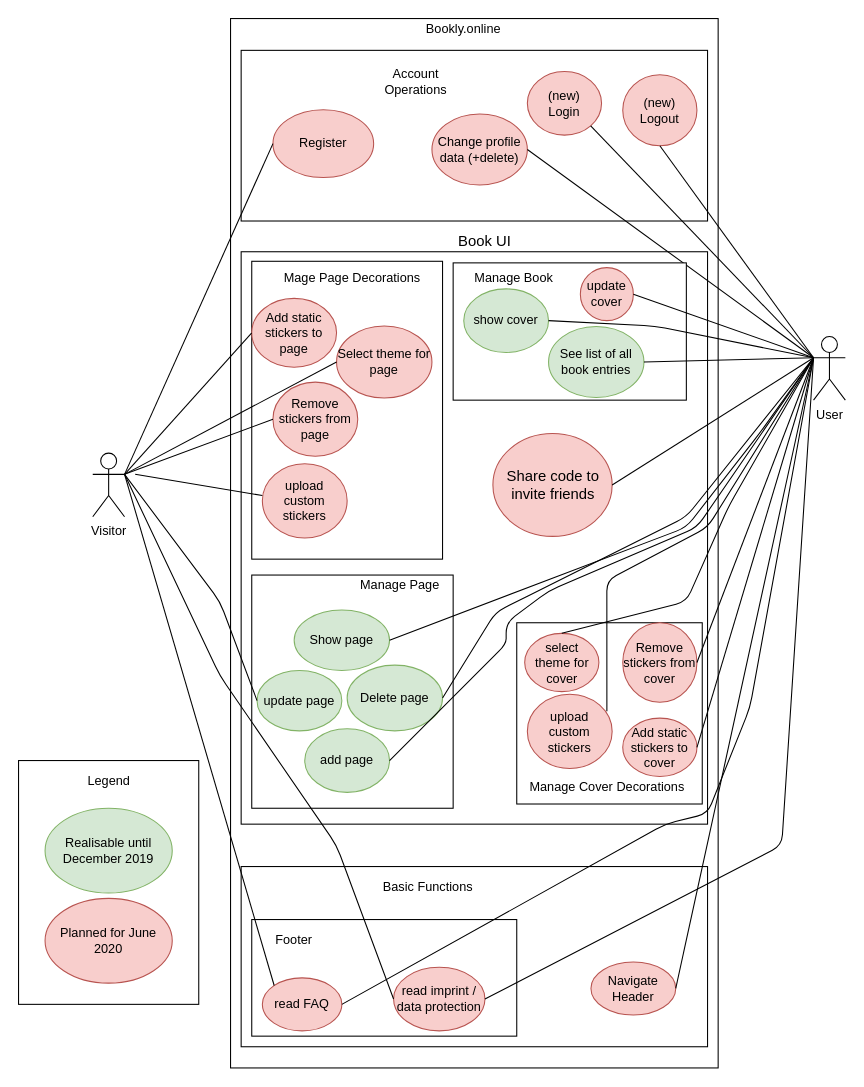
The draw.io diagram design/usecase.drawio in ninjeanne/bookly, before the edit. Source tidied: cells renumbered, new cells numbered last; positions are measured from the earlier drawing's top-left corner, leaving out a move shared by most shapes. Both pictures are drawn from the tidied source at 106%, with x=0, y=0 at pixel (18, 18).
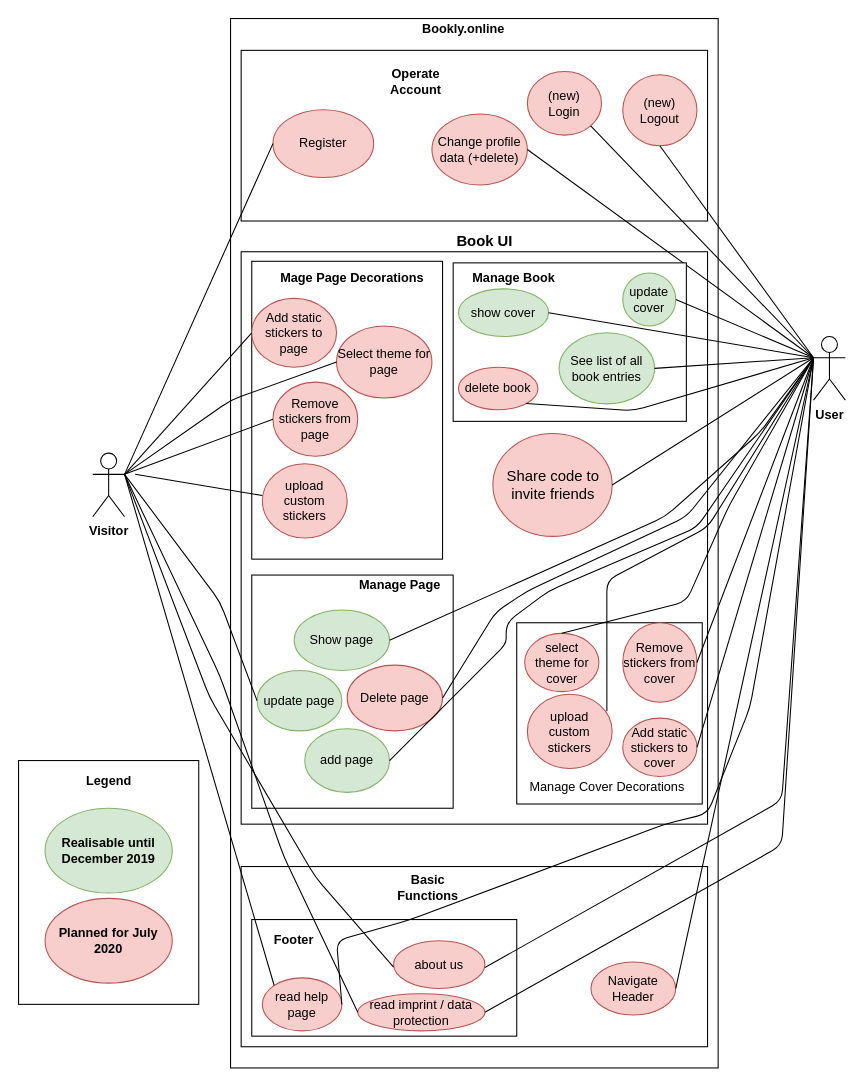
After the change.

Commit message (it also covers changes not shown here):
redo usecade diagramm

Unchanged cells that the change refers to:
```xml
<mxCell id="29" value="Show page" style="ellipse;whiteSpace=wrap;html=1;fillColor=#d5e8d4;strokeColor=#82b366;" parent="1" vertex="1">
  <mxGeometry x="260" y="558" width="90" height="57" as="geometry" />
</mxCell>
<mxCell id="33" value="Select theme for page" style="ellipse;whiteSpace=wrap;html=1;fillColor=#f8cecc;strokeColor=#b85450;" parent="1" vertex="1">
  <mxGeometry x="300" y="290" width="90" height="68" as="geometry" />
</mxCell>
```

Change to the diagram source:
```diff
@@
-    <mxCell id="7" value="User" style="shape=umlActor;verticalLabelPosition=bottom;labelBackgroundColor=#ffffff;verticalAlign=top;html=1;outlineConnect=0;" parent="1" vertex="1">
+    <mxCell id="7" value="User" style="shape=umlActor;verticalLabelPosition=bottom;labelBackgroundColor=#ffffff;verticalAlign=top;html=1;outlineConnect=0;fontStyle=1;" parent="1" vertex="1">
       <mxGeometry x="750" y="300" width="30" height="60" as="geometry" />
     </mxCell>
-    <mxCell id="8" value="Visitor" style="shape=umlActor;verticalLabelPosition=bottom;labelBackgroundColor=#ffffff;verticalAlign=top;html=1;outlineConnect=0;" parent="1" vertex="1">
+    <mxCell id="8" value="Visitor" style="shape=umlActor;verticalLabelPosition=bottom;labelBackgroundColor=#ffffff;verticalAlign=top;html=1;outlineConnect=0;fontStyle=1;" parent="1" vertex="1">
       <mxGeometry x="70" y="410" width="30" height="60" as="geometry" />
     </mxCell>
-    <mxCell id="9" value="Bookly.online" style="text;html=1;strokeColor=none;fillColor=none;align=center;verticalAlign=middle;whiteSpace=wrap;rounded=0;" parent="1" vertex="1">
+    <mxCell id="9" value="Bookly.online" style="text;html=1;strokeColor=none;fillColor=none;align=center;verticalAlign=middle;whiteSpace=wrap;rounded=0;fontStyle=1;" parent="1" vertex="1">
       <mxGeometry x="370" width="100" height="20" as="geometry" />
     </mxCell>
@@
-    <mxCell id="11" value="Account Operations" style="text;html=1;strokeColor=none;fillColor=none;align=center;verticalAlign=middle;whiteSpace=wrap;rounded=0;" parent="1" vertex="1">
+    <mxCell id="11" value="Operate Account" style="text;html=1;strokeColor=none;fillColor=none;align=center;verticalAlign=middle;whiteSpace=wrap;rounded=0;fontStyle=1;" parent="1" vertex="1">
       <mxGeometry x="335" y="50" width="80" height="20" as="geometry" />
     </mxCell>
@@
-    <mxCell id="15" value="&lt;font style=&quot;font-size: 14px&quot;&gt;Book UI&lt;/font&gt;" style="text;html=1;strokeColor=none;fillColor=none;align=center;verticalAlign=middle;whiteSpace=wrap;rounded=0;" parent="1" vertex="1">
+    <mxCell id="15" value="&lt;font style=&quot;font-size: 14px&quot;&gt;Book UI&lt;/font&gt;" style="text;html=1;strokeColor=none;fillColor=none;align=center;verticalAlign=middle;whiteSpace=wrap;rounded=0;fontStyle=1;" parent="1" vertex="1">
       <mxGeometry x="380" y="200" width="120" height="20" as="geometry" />
     </mxCell>
@@
-    <mxCell id="17" value="Realisable until December 2019" style="ellipse;whiteSpace=wrap;html=1;fillColor=#d5e8d4;strokeColor=#82b366;" parent="1" vertex="1">
+    <mxCell id="17" value="Realisable until December 2019" style="ellipse;whiteSpace=wrap;html=1;fillColor=#d5e8d4;strokeColor=#82b366;fontStyle=1;" parent="1" vertex="1">
       <mxGeometry x="25" y="745" width="120" height="80" as="geometry" />
     </mxCell>
-    <mxCell id="18" value="Legend" style="text;html=1;strokeColor=none;fillColor=none;align=center;verticalAlign=middle;whiteSpace=wrap;rounded=0;" parent="1" vertex="1">
+    <mxCell id="18" value="Legend" style="text;html=1;strokeColor=none;fillColor=none;align=center;verticalAlign=middle;whiteSpace=wrap;rounded=0;fontStyle=1;" parent="1" vertex="1">
       <mxGeometry x="47.5" y="710" width="75" height="20" as="geometry" />
     </mxCell>
-    <mxCell id="19" value="Planned for June 2020" style="ellipse;whiteSpace=wrap;html=1;fillColor=#f8cecc;strokeColor=#b85450;" parent="1" vertex="1">
+    <mxCell id="19" value="Planned for July 2020" style="ellipse;whiteSpace=wrap;html=1;fillColor=#f8cecc;strokeColor=#b85450;fontStyle=1;" parent="1" vertex="1">
       <mxGeometry x="25" y="830" width="120" height="80" as="geometry" />
     </mxCell>
@@
-    <mxCell id="21" value="Basic Functions" style="text;html=1;strokeColor=none;fillColor=none;align=center;verticalAlign=middle;whiteSpace=wrap;rounded=0;" parent="1" vertex="1">
+    <mxCell id="21" value="Basic Functions" style="text;html=1;strokeColor=none;fillColor=none;align=center;verticalAlign=middle;whiteSpace=wrap;rounded=0;fontStyle=1;" parent="1" vertex="1">
       <mxGeometry x="340" y="810" width="92.5" height="20" as="geometry" />
     </mxCell>
@@
-    <mxCell id="28" value="Delete page" style="ellipse;whiteSpace=wrap;html=1;fillColor=#d5e8d4;strokeColor=#82b366;" parent="1" vertex="1">
+    <mxCell id="28" value="Delete page" style="ellipse;whiteSpace=wrap;html=1;fillColor=#f8cecc;strokeColor=#b85450;" parent="1" vertex="1">
       <mxGeometry x="310" y="610" width="90" height="62" as="geometry" />
     </mxCell>
@@
     <mxCell id="35" style="endArrow=none;html=1;exitX=1;exitY=0.3333333333333333;exitDx=0;exitDy=0;exitPerimeter=0;entryX=0;entryY=0.5;entryDx=0;entryDy=0;endFill=0;" parent="1" edge="1" source="8" target="33">
-      <mxGeometry relative="1" as="geometry" />
+      <mxGeometry relative="1" as="geometry">
+        <Array as="points">
+          <mxPoint x="200" y="360" />
+        </Array>
+      </mxGeometry>
     </mxCell>
@@
-    <mxCell id="42" value="Manage Page" style="text;html=1;strokeColor=none;fillColor=none;align=center;verticalAlign=middle;whiteSpace=wrap;rounded=0;" parent="1" vertex="1">
+    <mxCell id="42" value="Manage Page" style="text;html=1;strokeColor=none;fillColor=none;align=center;verticalAlign=middle;whiteSpace=wrap;rounded=0;fontStyle=1;" parent="1" vertex="1">
       <mxGeometry x="320" y="525" width="80" height="20" as="geometry" />
     </mxCell>
-    <mxCell id="43" value="Mage Page Decorations" style="text;html=1;strokeColor=none;fillColor=none;align=center;verticalAlign=middle;whiteSpace=wrap;rounded=0;" parent="1" vertex="1">
+    <mxCell id="43" value="Mage Page Decorations" style="text;html=1;strokeColor=none;fillColor=none;align=center;verticalAlign=middle;whiteSpace=wrap;rounded=0;fontStyle=1;" parent="1" vertex="1">
       <mxGeometry x="240" y="235" width="150" height="20" as="geometry" />
     </mxCell>
@@
     <mxCell id="45" value="read imprint / data protection" style="ellipse;whiteSpace=wrap;html=1;fillColor=#f8cecc;strokeColor=#b85450;" parent="1" vertex="1">
-      <mxGeometry x="353.8" y="895" width="86.2" height="60" as="geometry" />
+      <mxGeometry x="320" y="920" width="120" height="35" as="geometry" />
     </mxCell>
-    <mxCell id="46" value="read FAQ" style="ellipse;whiteSpace=wrap;html=1;fillColor=#f8cecc;strokeColor=#b85450;" parent="1" vertex="1">
+    <mxCell id="46" value="read help page" style="ellipse;whiteSpace=wrap;html=1;fillColor=#f8cecc;strokeColor=#b85450;" parent="1" vertex="1">
       <mxGeometry x="230" y="905" width="75" height="50" as="geometry" />
     </mxCell>
@@
     <mxCell id="48" style="endArrow=none;html=1;entryX=0;entryY=0.5;entryDx=0;entryDy=0;exitX=1;exitY=0.3333333333333333;exitDx=0;exitDy=0;exitPerimeter=0;endFill=0;" parent="1" edge="1" source="8" target="45">
       <mxGeometry relative="1" as="geometry">
         <Array as="points">
           <mxPoint x="190" y="620" />
-          <mxPoint x="300" y="780" />
+          <mxPoint x="250" y="790" />
         </Array>
       </mxGeometry>
     </mxCell>
@@
-    <mxCell id="50" value="Footer" style="text;html=1;strokeColor=none;fillColor=none;align=center;verticalAlign=middle;whiteSpace=wrap;rounded=0;" parent="1" vertex="1">
+    <mxCell id="50" value="Footer" style="text;html=1;strokeColor=none;fillColor=none;align=center;verticalAlign=middle;whiteSpace=wrap;rounded=0;fontStyle=1;" parent="1" vertex="1">
       <mxGeometry x="240" y="860" width="40" height="20" as="geometry" />
     </mxCell>
@@
-    <mxCell id="60" style="endArrow=none;html=1;exitX=0;exitY=0.3333333333333333;exitDx=0;exitDy=0;exitPerimeter=0;entryX=1;entryY=0.5;entryDx=0;entryDy=0;endFill=0;" parent="1" edge="1" source="7" target="28">
+    <mxCell id="60" style="endArrow=none;html=1;exitX=0;exitY=0.3333333333333333;exitDx=0;exitDy=0;exitPerimeter=0;entryX=1;entryY=0.5;entryDx=0;entryDy=0;endFill=0;fillColor=#f8cecc;strokeColor=#000000;" parent="1" edge="1" source="7" target="28">
       <mxGeometry relative="1" as="geometry">
         <Array as="points">
           <mxPoint x="630" y="470" />
-          <mxPoint x="490" y="540" />
+          <mxPoint x="480" y="540" />
           <mxPoint x="450" y="560" />
         </Array>
       </mxGeometry>
     </mxCell>
@@
     <mxCell id="62" style="endArrow=none;html=1;entryX=1;entryY=0.5;entryDx=0;entryDy=0;exitX=0;exitY=0.3333333333333333;exitDx=0;exitDy=0;exitPerimeter=0;endFill=0;" parent="1" edge="1" source="7" target="46">
       <mxGeometry relative="1" as="geometry">
         <Array as="points">
           <mxPoint x="690" y="650" />
           <mxPoint x="650" y="750" />
           <mxPoint x="610" y="760" />
+          <mxPoint x="370" y="850" />
+          <mxPoint x="300" y="870" />
         </Array>
       </mxGeometry>
     </mxCell>
@@
     <mxCell id="64" style="endArrow=none;html=1;entryX=1;entryY=0.5;entryDx=0;entryDy=0;endFill=0;exitX=0;exitY=0.3333333333333333;exitDx=0;exitDy=0;exitPerimeter=0;" parent="1" edge="1" source="7" target="29">
       <mxGeometry relative="1" as="geometry">
         <Array as="points">
           <mxPoint x="700" y="390" />
-          <mxPoint x="630" y="480" />
+          <mxPoint x="610" y="470" />
         </Array>
       </mxGeometry>
     </mxCell>
@@
     <mxCell id="67" style="rounded=0;whiteSpace=wrap;html=1;" parent="1" vertex="1">
-      <mxGeometry x="410" y="230.5" width="220" height="129.5" as="geometry" />
+      <mxGeometry x="410" y="230.5" width="220" height="149.5" as="geometry" />
     </mxCell>
-    <mxCell id="68" value="update cover" style="ellipse;whiteSpace=wrap;html=1;fillColor=#f8cecc;strokeColor=#b85450;" parent="1" vertex="1">
-      <mxGeometry x="530" y="235" width="50" height="50" as="geometry" />
+    <mxCell id="68" value="update cover" style="ellipse;whiteSpace=wrap;html=1;fillColor=#d5e8d4;strokeColor=#82b366;" parent="1" vertex="1">
+      <mxGeometry x="570" y="240" width="50" height="50" as="geometry" />
     </mxCell>
-    <mxCell id="69" value="show cover" style="ellipse;whiteSpace=wrap;html=1;fillColor=#d5e8d4;strokeColor=#82b366;" parent="1" vertex="1">
-      <mxGeometry x="420" y="255" width="80" height="60" as="geometry" />
+    <mxCell id="69" value="delete book" style="ellipse;whiteSpace=wrap;html=1;fillColor=#f8cecc;strokeColor=#b85450;" parent="1" vertex="1">
+      <mxGeometry x="415" y="329" width="75" height="40" as="geometry" />
     </mxCell>
     <mxCell id="70" value="See list of all book entries" style="ellipse;whiteSpace=wrap;html=1;fillColor=#d5e8d4;strokeColor=#82b366;" parent="1" vertex="1">
-      <mxGeometry x="500" y="290.5" width="90" height="67" as="geometry" />
+      <mxGeometry x="510" y="296.5" width="90" height="67" as="geometry" />
     </mxCell>
-    <mxCell id="71" style="endArrow=none;html=1;exitX=0;exitY=0.3333333333333333;exitDx=0;exitDy=0;exitPerimeter=0;entryX=1;entryY=0.5;entryDx=0;entryDy=0;endFill=0;" parent="1" edge="1" source="7" target="69">
+    <mxCell id="71" style="endArrow=none;html=1;exitX=0;exitY=0.3333333333333333;exitDx=0;exitDy=0;exitPerimeter=0;entryX=1;entryY=1;entryDx=0;entryDy=0;endFill=0;" parent="1" edge="1" source="7" target="69">
       <mxGeometry relative="1" as="geometry">
         <Array as="points">
-          <mxPoint x="600" y="290" />
+          <mxPoint x="580" y="370" />
         </Array>
       </mxGeometry>
     </mxCell>
@@
-    <mxCell id="74" value="Manage Book" style="text;html=1;strokeColor=none;fillColor=none;align=center;verticalAlign=middle;whiteSpace=wrap;rounded=0;" parent="1" vertex="1">
+    <mxCell id="74" value="Manage Book" style="text;html=1;strokeColor=none;fillColor=none;align=center;verticalAlign=middle;whiteSpace=wrap;rounded=0;fontStyle=1;" parent="1" vertex="1">
       <mxGeometry x="415" y="235" width="105" height="20" as="geometry" />
     </mxCell>
+    <mxCell id="75" value="show cover" style="ellipse;whiteSpace=wrap;html=1;fillColor=#d5e8d4;strokeColor=#82b366;" parent="1" vertex="1">
+      <mxGeometry x="415" y="255" width="85" height="45" as="geometry" />
+    </mxCell>
+    <mxCell id="76" style="endArrow=none;html=1;entryX=1;entryY=0.5;entryDx=0;entryDy=0;" parent="1" edge="1" target="75">
+      <mxGeometry relative="1" as="geometry">
+        <mxPoint x="750" y="320" as="sourcePoint" />
+      </mxGeometry>
+    </mxCell>
+    <mxCell id="77" value="about us" style="ellipse;whiteSpace=wrap;html=1;fillColor=#f8cecc;strokeColor=#b85450;" parent="1" vertex="1">
+      <mxGeometry x="353.8" y="870" width="86.2" height="45" as="geometry" />
+    </mxCell>
+    <mxCell id="78" style="endArrow=none;html=1;entryX=1;entryY=0.5;entryDx=0;entryDy=0;endFill=0;" parent="1" edge="1">
+      <mxGeometry relative="1" as="geometry">
+        <mxPoint x="750" y="320" as="sourcePoint" />
+        <mxPoint x="440" y="895.2" as="targetPoint" />
+        <Array as="points">
+          <mxPoint x="720" y="737.8" />
+        </Array>
+      </mxGeometry>
+    </mxCell>
+    <mxCell id="79" style="endArrow=none;html=1;entryX=0;entryY=0.5;entryDx=0;entryDy=0;endFill=0;" parent="1" edge="1">
+      <mxGeometry relative="1" as="geometry">
+        <mxPoint x="100" y="430" as="sourcePoint" />
+        <mxPoint x="353.8" y="894.8" as="targetPoint" />
+        <Array as="points">
+          <mxPoint x="180" y="640" />
+          <mxPoint x="280" y="810" />
+        </Array>
+      </mxGeometry>
+    </mxCell>
```
